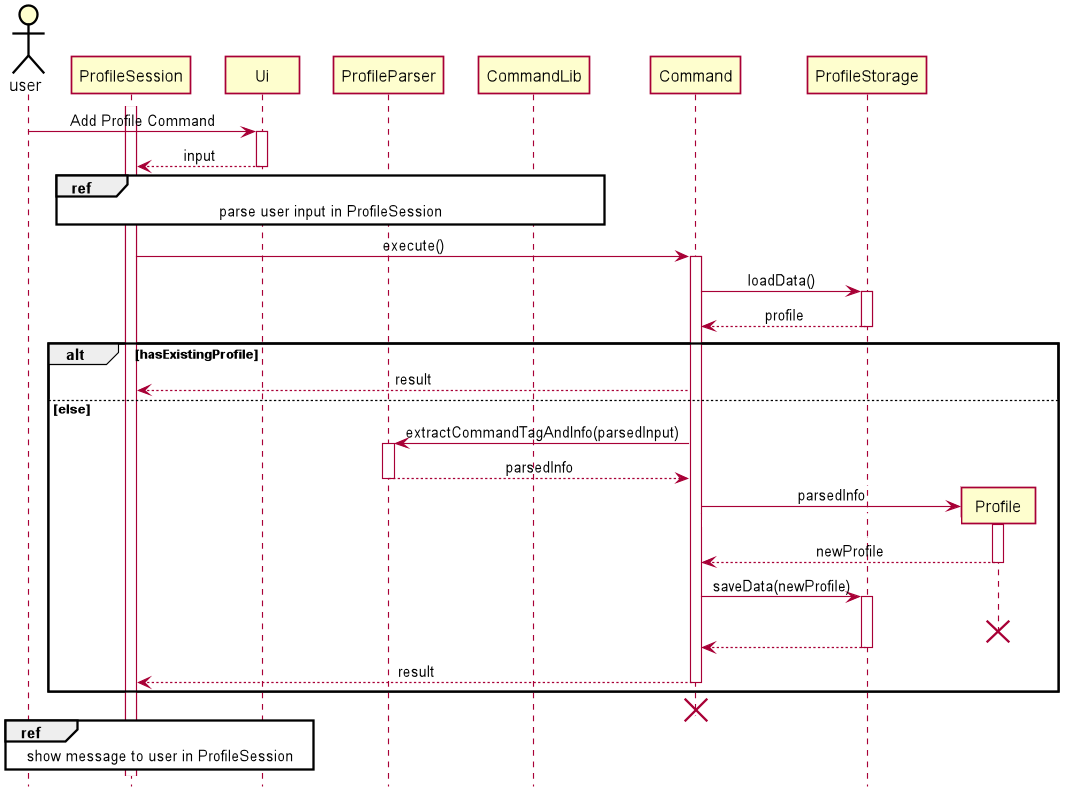
zsk612/tp keeps this PlantUML diagram as docs/pictures/khoa/AddProfile.png. Above is the earlier version.
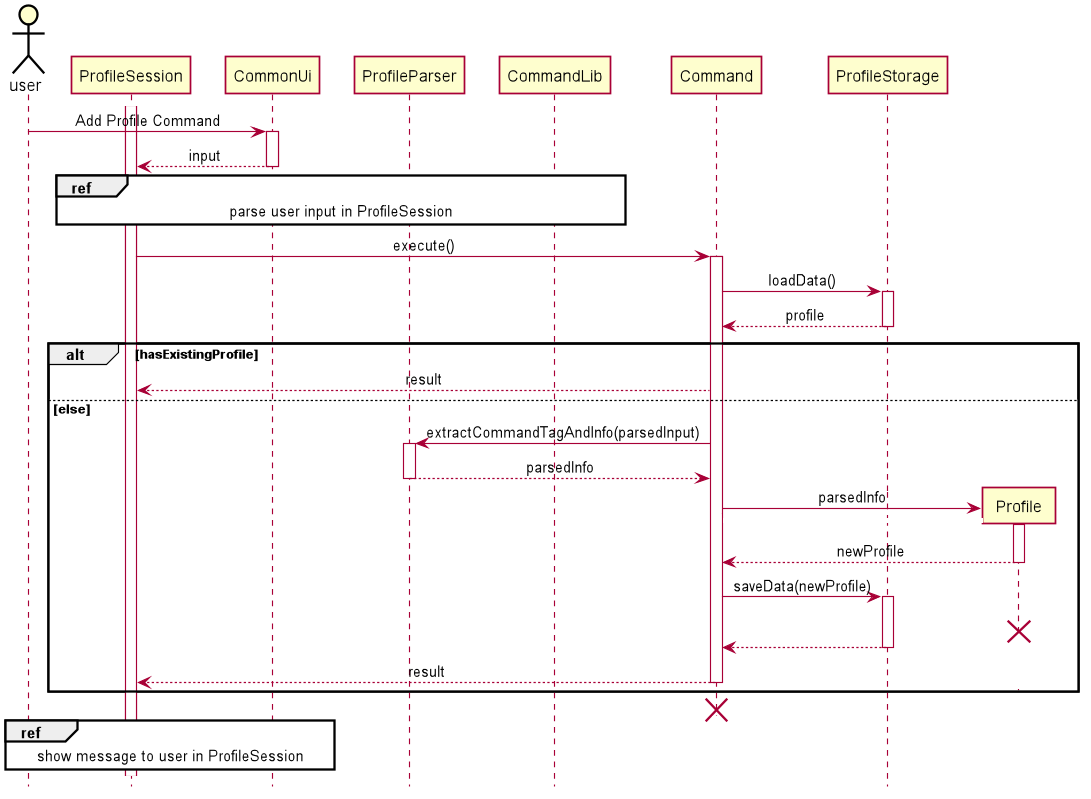
After the commit.

Diff of the diagram source:
```diff
@@ -5,9 +5,9 @@
 
 
 skinparam Class {
-    FontColor #FFFFFF
+    FontColor #000000
     BorderThickness 1
-    BorderColor #FFFFFF
+    BorderColor #000000
     StereotypeFontColor #FFFFFF
     FontName Arial
 }
@@ -43,8 +43,8 @@
 
 actor user
 activate ProfileSession
-user -> Ui++ : Add Profile Command
-Ui --> ProfileSession -- : input
+user -> CommonUi++ : Add Profile Command
+CommonUi --> ProfileSession -- : input
 
 ref over ProfileSession, ProfileParser, CommandLib: parse user input in ProfileSession
 
@@ -69,6 +69,6 @@
 deactivate Command
 destroy Command
 
-ref over user, ProfileSession, Ui: show message to user in ProfileSession
+ref over user, ProfileSession, CommonUi: show message to user in ProfileSession
 
 @enduml
```
